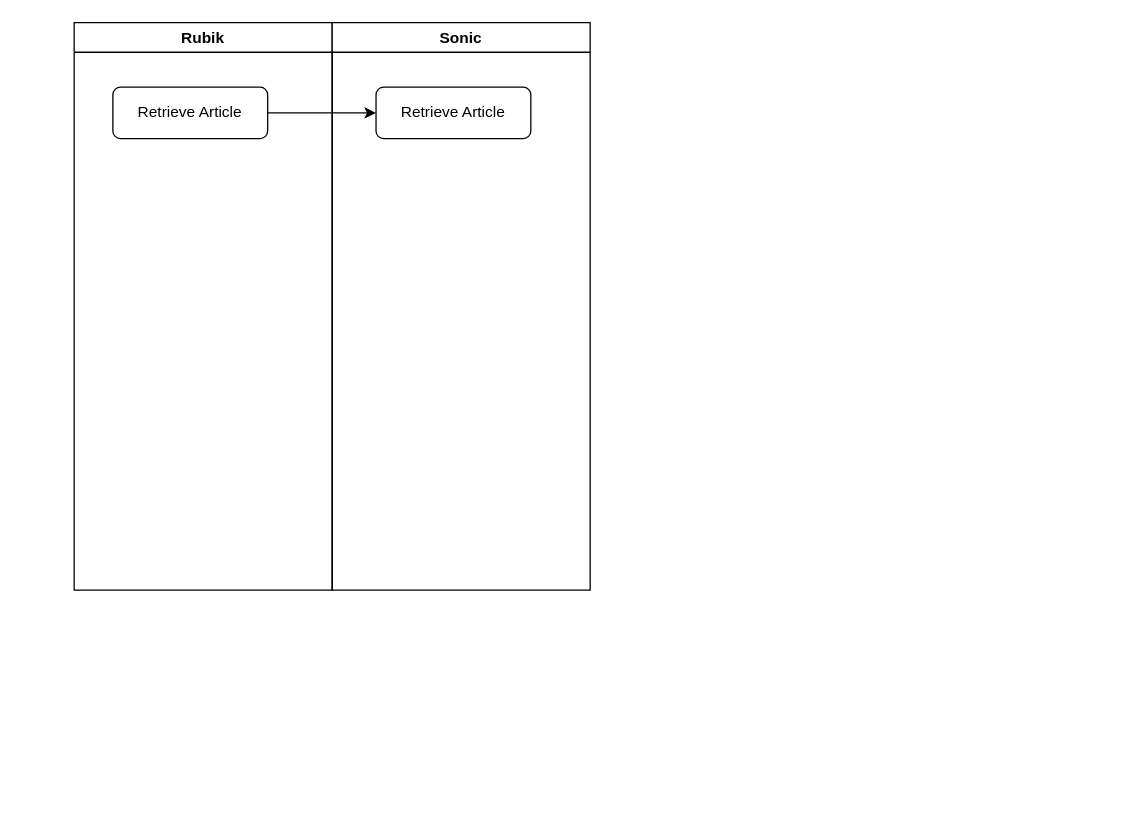
Before: page "Page-14" (14 of 15) of 2.drawio in hy986/Repo_0110, a draw.io diagram. Source tidied: cells renumbered, new cells numbered last; positions are measured from the earlier drawing's top-left corner, leaving out a move shared by most shapes. Both pictures are drawn from the tidied source at 129%, with x=0, y=0 at pixel (74, 22).
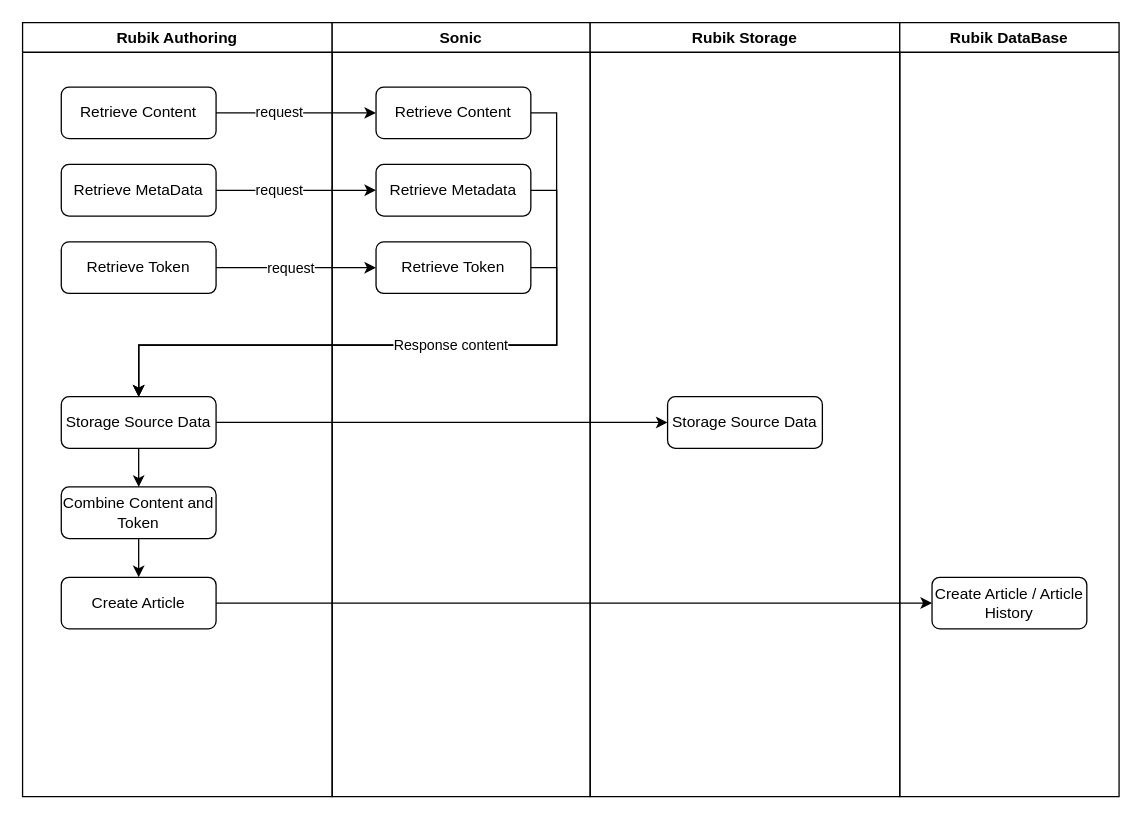
After the change.

Unchanged cells that the change refers to:
```xml
<mxCell id="6" style="edgeStyle=orthogonalEdgeStyle;rounded=0;jettySize=auto;html=1;exitX=1;exitY=0.5;exitDx=0;exitDy=0;" parent="1" edge="1" source="3" target="5">
  <mxGeometry relative="1" as="geometry" />
</mxCell>
```

The edit, as a diff of the source:
```diff
@@
-    <mxCell id="2" value="Rubik" style="swimlane;whiteSpace=wrap;html=1;" parent="1" vertex="1">
-      <mxGeometry width="200" height="440" as="geometry" />
+    <mxCell id="2" value="Rubik Authoring" style="swimlane;whiteSpace=wrap;html=1;" parent="1" vertex="1">
+      <mxGeometry x="-40" width="240" height="600" as="geometry" />
     </mxCell>
-    <mxCell id="3" value="Retrieve Article" style="rounded=1;whiteSpace=wrap;html=1;" parent="2" vertex="1">
+    <mxCell id="3" value="Retrieve Content" style="rounded=1;whiteSpace=wrap;html=1;" parent="2" vertex="1">
       <mxGeometry x="30" y="50" width="120" height="40" as="geometry" />
     </mxCell>
+    <mxCell id="7" value="Retrieve MetaData" style="rounded=1;whiteSpace=wrap;html=1;" parent="2" vertex="1">
+      <mxGeometry x="30" y="110" width="120" height="40" as="geometry" />
+    </mxCell>
+    <mxCell id="8" value="Retrieve Token" style="rounded=1;whiteSpace=wrap;html=1;" parent="2" vertex="1">
+      <mxGeometry x="30" y="170" width="120" height="40" as="geometry" />
+    </mxCell>
+    <mxCell id="9" style="edgeStyle=orthogonalEdgeStyle;rounded=0;jettySize=auto;html=1;exitX=0.5;exitY=1;exitDx=0;exitDy=0;entryX=0.5;entryY=0;entryDx=0;entryDy=0;" parent="2" edge="1" source="10" target="13">
+      <mxGeometry relative="1" as="geometry" />
+    </mxCell>
+    <mxCell id="10" value="Storage Source Data" style="rounded=1;whiteSpace=wrap;html=1;" parent="2" vertex="1">
+      <mxGeometry x="30" y="290" width="120" height="40" as="geometry" />
+    </mxCell>
+    <mxCell id="11" value="Create Article" style="rounded=1;whiteSpace=wrap;html=1;" parent="2" vertex="1">
+      <mxGeometry x="30" y="430" width="120" height="40" as="geometry" />
+    </mxCell>
+    <mxCell id="12" style="edgeStyle=orthogonalEdgeStyle;rounded=0;jettySize=auto;html=1;exitX=0.5;exitY=1;exitDx=0;exitDy=0;entryX=0.5;entryY=0;entryDx=0;entryDy=0;" parent="2" edge="1" source="13" target="11">
+      <mxGeometry relative="1" as="geometry" />
+    </mxCell>
+    <mxCell id="13" value="Combine Content and Token" style="rounded=1;whiteSpace=wrap;html=1;" parent="2" vertex="1">
+      <mxGeometry x="30" y="360" width="120" height="40" as="geometry" />
+    </mxCell>
     <mxCell id="4" value="Sonic" style="swimlane;whiteSpace=wrap;html=1;" parent="1" vertex="1">
-      <mxGeometry x="200" width="200" height="440" as="geometry" />
+      <mxGeometry x="200" width="200" height="600" as="geometry" />
     </mxCell>
-    <mxCell id="5" value="Retrieve Article" style="rounded=1;whiteSpace=wrap;html=1;" parent="4" vertex="1">
+    <mxCell id="5" value="Retrieve Content" style="rounded=1;whiteSpace=wrap;html=1;" parent="4" vertex="1">
       <mxGeometry x="34" y="50" width="120" height="40" as="geometry" />
     </mxCell>
+    <mxCell id="14" value="Retrieve Metadata" style="rounded=1;whiteSpace=wrap;html=1;" parent="4" vertex="1">
+      <mxGeometry x="34" y="110" width="120" height="40" as="geometry" />
+    </mxCell>
+    <mxCell id="15" value="Retrieve Token" style="rounded=1;whiteSpace=wrap;html=1;" parent="4" vertex="1">
+      <mxGeometry x="34" y="170" width="120" height="40" as="geometry" />
+    </mxCell>
@@
+    <mxCell id="16" value="request" style="edgeLabel;html=1;align=center;verticalAlign=middle;" parent="6" vertex="1">
+      <mxGeometry x="-0.23" y="1" relative="1" as="geometry" />
+    </mxCell>
+    <mxCell id="17" style="edgeStyle=orthogonalEdgeStyle;rounded=0;jettySize=auto;html=1;exitX=1;exitY=0.5;exitDx=0;exitDy=0;entryX=0;entryY=0.5;entryDx=0;entryDy=0;" parent="1" edge="1" source="7" target="14">
+      <mxGeometry relative="1" as="geometry" />
+    </mxCell>
+    <mxCell id="18" value="request" style="edgeLabel;html=1;align=center;verticalAlign=middle;" parent="17" vertex="1">
+      <mxGeometry x="-0.23" y="1" relative="1" as="geometry" />
+    </mxCell>
+    <mxCell id="19" style="edgeStyle=orthogonalEdgeStyle;rounded=0;jettySize=auto;html=1;exitX=1;exitY=0.5;exitDx=0;exitDy=0;entryX=0;entryY=0.5;entryDx=0;entryDy=0;" parent="1" edge="1" source="8" target="15">
+      <mxGeometry relative="1" as="geometry" />
+    </mxCell>
+    <mxCell id="20" value="request" style="edgeLabel;html=1;align=center;verticalAlign=middle;" parent="19" vertex="1">
+      <mxGeometry x="-0.08" relative="1" as="geometry" />
+    </mxCell>
+    <mxCell id="21" value="Rubik Storage" style="swimlane;whiteSpace=wrap;html=1;" parent="1" vertex="1">
+      <mxGeometry x="400" width="240" height="600" as="geometry" />
+    </mxCell>
+    <mxCell id="22" value="Storage Source Data" style="rounded=1;whiteSpace=wrap;html=1;" parent="21" vertex="1">
+      <mxGeometry x="60" y="290" width="120" height="40" as="geometry" />
+    </mxCell>
+    <mxCell id="23" style="edgeStyle=orthogonalEdgeStyle;rounded=0;jettySize=auto;html=1;exitX=1;exitY=0.5;exitDx=0;exitDy=0;entryX=0;entryY=0.5;entryDx=0;entryDy=0;" parent="1" edge="1" source="10" target="22">
+      <mxGeometry relative="1" as="geometry" />
+    </mxCell>
+    <mxCell id="24" style="edgeStyle=orthogonalEdgeStyle;rounded=0;jettySize=auto;html=1;exitX=1;exitY=0.5;exitDx=0;exitDy=0;entryX=0.5;entryY=0;entryDx=0;entryDy=0;" parent="1" edge="1" source="15" target="10">
+      <mxGeometry relative="1" as="geometry" />
+    </mxCell>
+    <mxCell id="25" style="edgeStyle=orthogonalEdgeStyle;rounded=0;jettySize=auto;html=1;exitX=1;exitY=0.5;exitDx=0;exitDy=0;entryX=0.5;entryY=0;entryDx=0;entryDy=0;" parent="1" edge="1" source="14" target="10">
+      <mxGeometry relative="1" as="geometry">
+        <Array as="points">
+          <mxPoint x="374" y="130" />
+          <mxPoint x="374" y="250" />
+          <mxPoint x="50" y="250" />
+        </Array>
+      </mxGeometry>
+    </mxCell>
+    <mxCell id="26" value="Response content" style="edgeStyle=orthogonalEdgeStyle;rounded=0;jettySize=auto;html=1;exitX=1;exitY=0.5;exitDx=0;exitDy=0;entryX=0.5;entryY=0;entryDx=0;entryDy=0;" parent="1" edge="1" source="5" target="10">
+      <mxGeometry relative="1" as="geometry">
+        <Array as="points">
+          <mxPoint x="374" y="70" />
+          <mxPoint x="374" y="250" />
+          <mxPoint x="50" y="250" />
+        </Array>
+      </mxGeometry>
+    </mxCell>
+    <mxCell id="27" value="Rubik DataBase" style="swimlane;whiteSpace=wrap;html=1;" parent="1" vertex="1">
+      <mxGeometry x="640" width="170" height="600" as="geometry" />
+    </mxCell>
+    <mxCell id="28" value="Create Article / Article History" style="rounded=1;whiteSpace=wrap;html=1;" parent="27" vertex="1">
+      <mxGeometry x="25" y="430" width="120" height="40" as="geometry" />
+    </mxCell>
+    <mxCell id="29" style="edgeStyle=orthogonalEdgeStyle;rounded=0;jettySize=auto;html=1;exitX=1;exitY=0.5;exitDx=0;exitDy=0;entryX=0;entryY=0.5;entryDx=0;entryDy=0;" parent="1" edge="1" source="11" target="28">
+      <mxGeometry relative="1" as="geometry" />
+    </mxCell>
```
